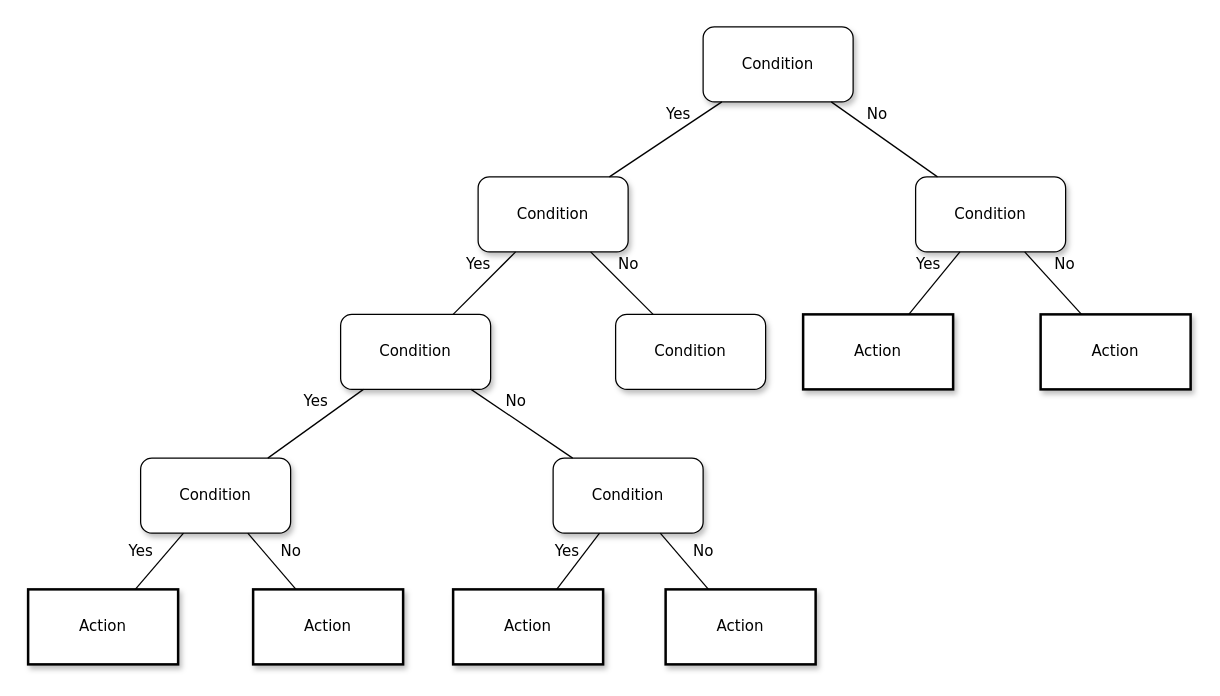
This is dummyapp.drawio from ChaseCodesThings/dummy_app, a draw.io file, before an edit. Source tidied: cells renumbered, new cells numbered last; positions are measured from the earlier drawing's top-left corner, leaving out a move shared by most shapes. Both pictures are drawn from the tidied source at 125%, with x=0, y=0 at pixel (28, 26).
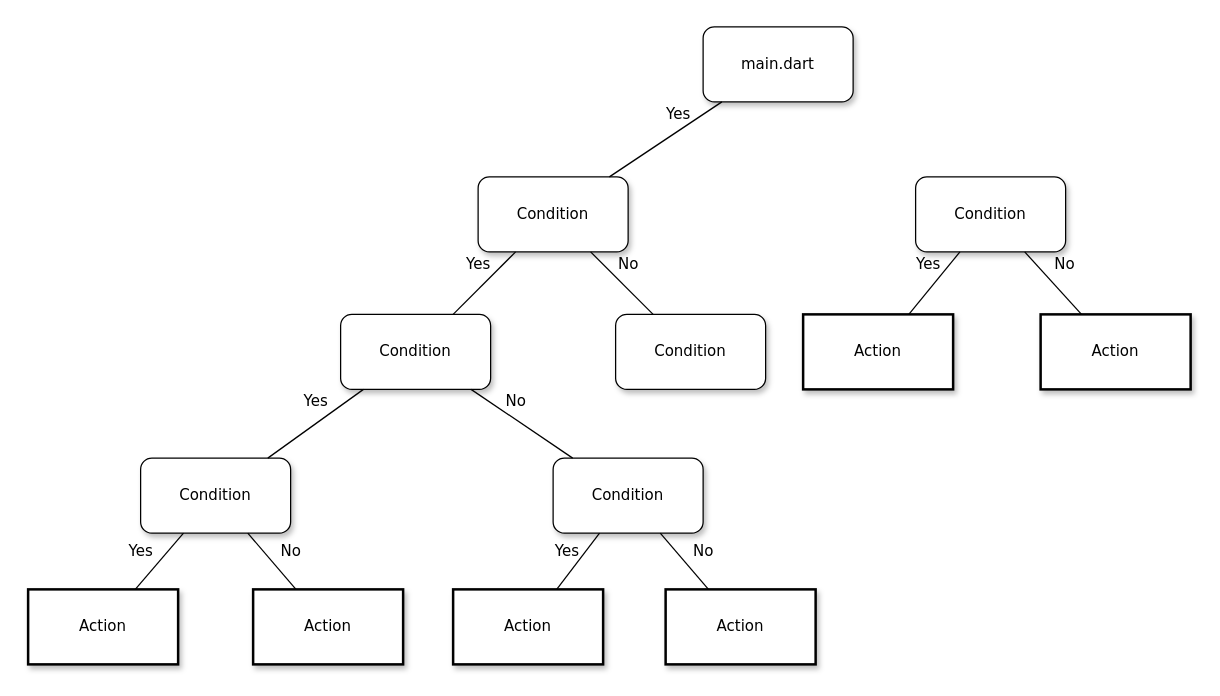
The same page after the edit.

Unchanged cells that the change refers to:
```xml
<mxCell id="4" value="&lt;span&gt;Condition&lt;/span&gt;" style="whiteSpace=wrap;html=1;rounded=1;shadow=1;labelBackgroundColor=none;strokeWidth=1;fontFamily=Verdana;fontSize=12;align=center;" parent="1" vertex="1">
  <mxGeometry x="710" y="120" width="120" height="60" as="geometry" />
</mxCell>
```

The edit, as a diff of the source:
```diff
@@
-    <mxCell id="2" value="Condition" style="whiteSpace=wrap;html=1;rounded=1;shadow=1;labelBackgroundColor=none;strokeWidth=1;fontFamily=Verdana;fontSize=12;align=center;" parent="1" vertex="1">
+    <mxCell id="2" value="main.dart" style="whiteSpace=wrap;html=1;rounded=1;shadow=1;labelBackgroundColor=none;strokeWidth=1;fontFamily=Verdana;fontSize=12;align=center;" parent="1" vertex="1">
       <mxGeometry x="540" width="120" height="60" as="geometry" />
     </mxCell>
@@
-    <mxCell id="5" value="No" style="rounded=0;html=1;labelBackgroundColor=none;startArrow=none;startFill=0;startSize=5;endArrow=none;endFill=0;endSize=5;jettySize=auto;strokeWidth=1;fontFamily=Verdana;fontSize=12;" parent="1" edge="1" source="2" target="4">
-      <mxGeometry x="-0.3" y="13" relative="1" as="geometry" />
-    </mxCell>
```
